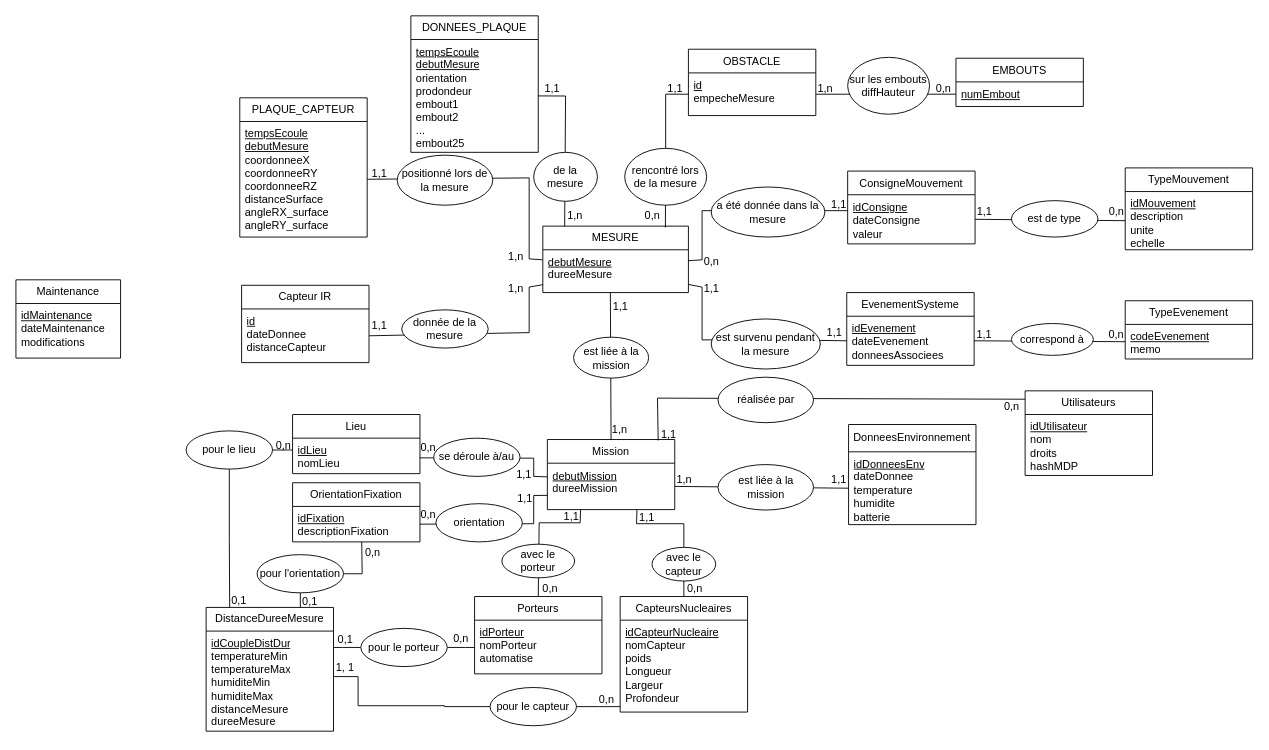
Earlier version of the draw.io diagram BDD/MEA XEMA.drawio (MomoFall/SPOC-INFORMATIQUE). Source tidied: cells renumbered, new cells numbered last; positions are measured from the earlier drawing's top-left corner, leaving out a move shared by most shapes. Both pictures are drawn from the tidied source at 91%, with x=0, y=0 at pixel (15, 15).
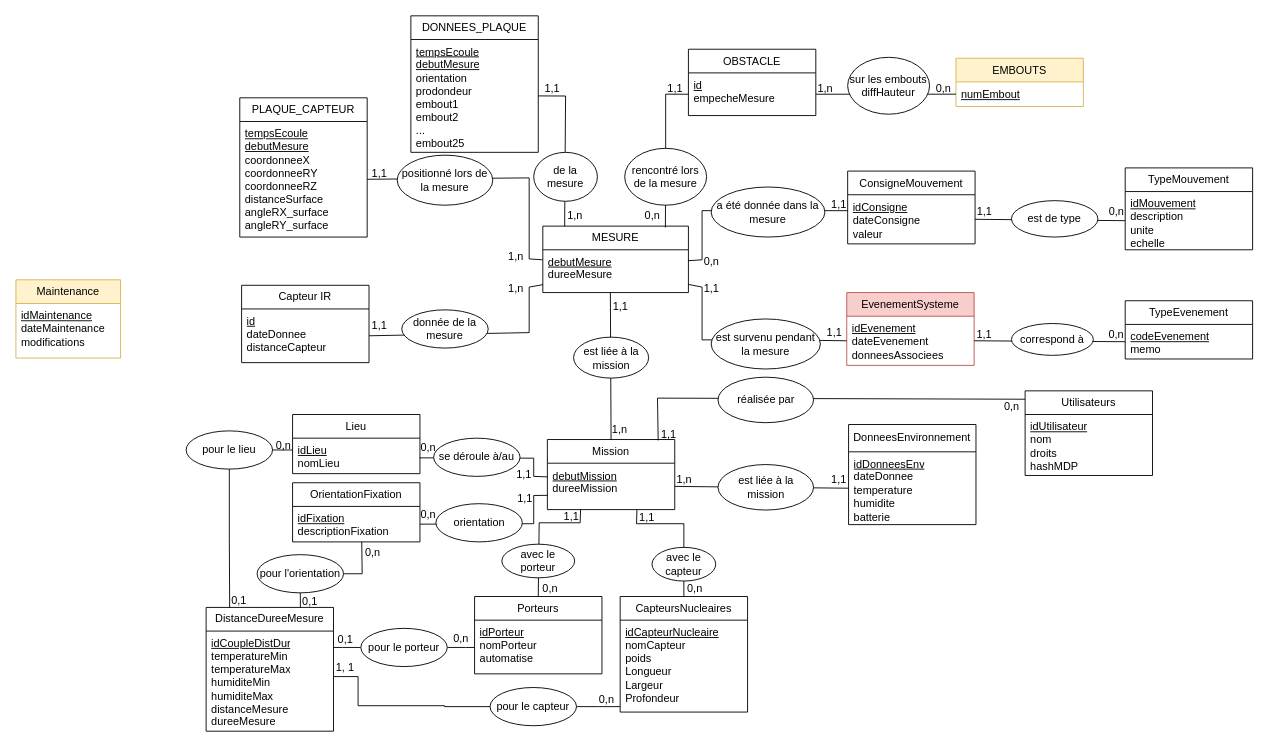
Above is the later version.

Commit message:
Mettre à jour MEA XEMA.drawio

Change to the diagram source:
```diff
@@
-    <mxCell id="14" value="EMBOUTS" style="swimlane;fontStyle=0;horizontal=1;startSize=26;fillColor=none;whiteSpace=wrap;html=1;" parent="1" vertex="1">
+    <mxCell id="14" value="EMBOUTS" style="swimlane;fontStyle=0;horizontal=1;startSize=26;fillColor=#fff2cc;whiteSpace=wrap;html=1;strokeColor=#d6b656;" parent="1" vertex="1">
       <mxGeometry x="1033" y="46.5" width="140" height="53" as="geometry" />
     </mxCell>
@@
-    <mxCell id="18" value="EvenementSysteme" style="swimlane;fontStyle=0;horizontal=1;startSize=26;fillColor=none;whiteSpace=wrap;html=1;" parent="1" vertex="1">
+    <mxCell id="18" value="EvenementSysteme" style="swimlane;fontStyle=0;horizontal=1;startSize=26;fillColor=#f8cecc;whiteSpace=wrap;html=1;strokeColor=#b85450;" parent="1" vertex="1">
       <mxGeometry x="913" y="304" width="140" height="80" as="geometry" />
     </mxCell>
@@
-    <mxCell id="122" value="Maintenance" style="swimlane;fontStyle=0;horizontal=1;startSize=26;fillColor=none;whiteSpace=wrap;html=1;" parent="1" vertex="1">
+    <mxCell id="122" value="Maintenance" style="swimlane;fontStyle=0;horizontal=1;startSize=26;fillColor=#fff2cc;whiteSpace=wrap;html=1;strokeColor=#d6b656;" parent="1" vertex="1">
       <mxGeometry y="290" width="115" height="86" as="geometry" />
     </mxCell>
```
